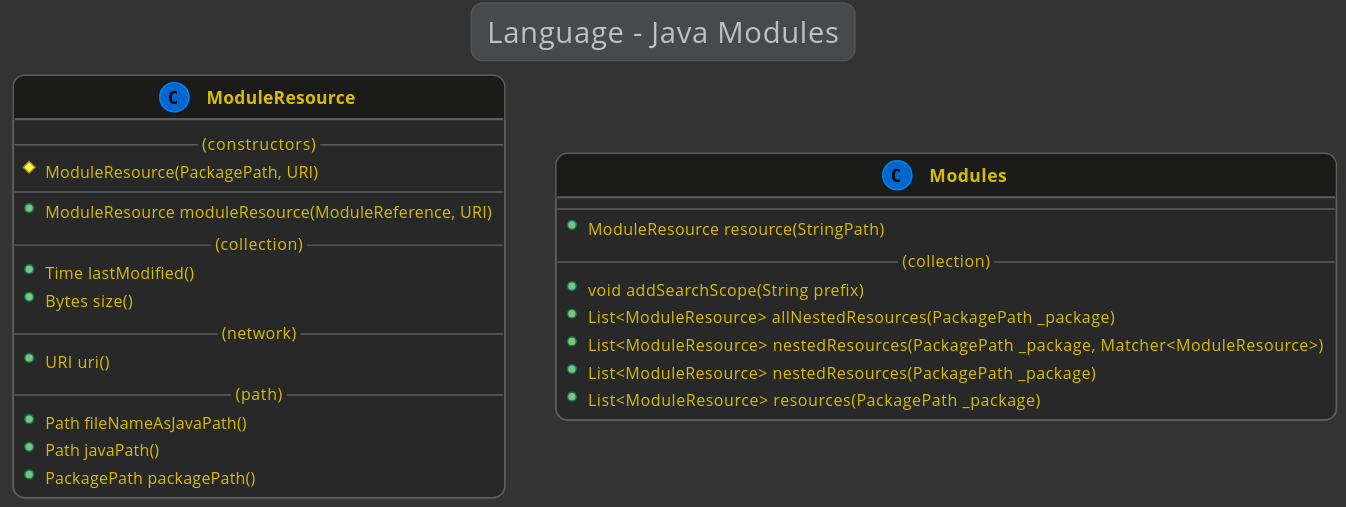
The PlantUML diagram docs/lexakai/kivakit/kivakit-kernel/documentation/diagrams/diagram-language-modules.svg in Telenav/kivakit-assets, before a commit.
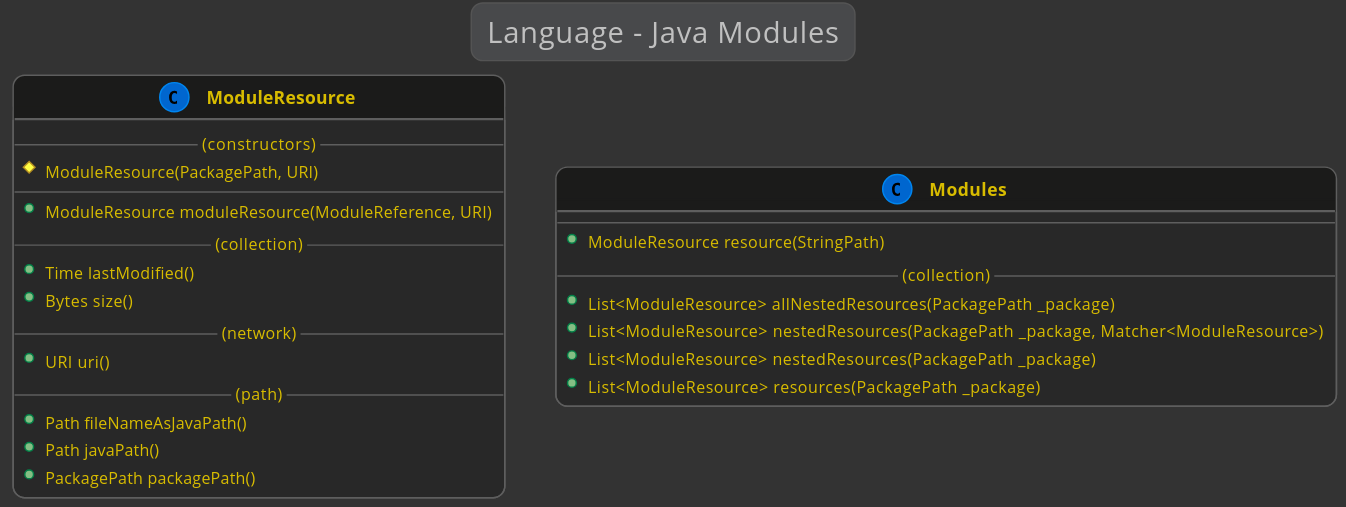
After the commit.

What changed in the source:
```diff
@@ -26,7 +26,6 @@
         --
         +ModuleResource resource(StringPath)
         --(collection)--
-        +void addSearchScope(String prefix)
         +List<ModuleResource> allNestedResources(PackagePath _package)
         +List<ModuleResource> nestedResources(PackagePath _package, Matcher<ModuleResource>)
         +List<ModuleResource> nestedResources(PackagePath _package)
```
